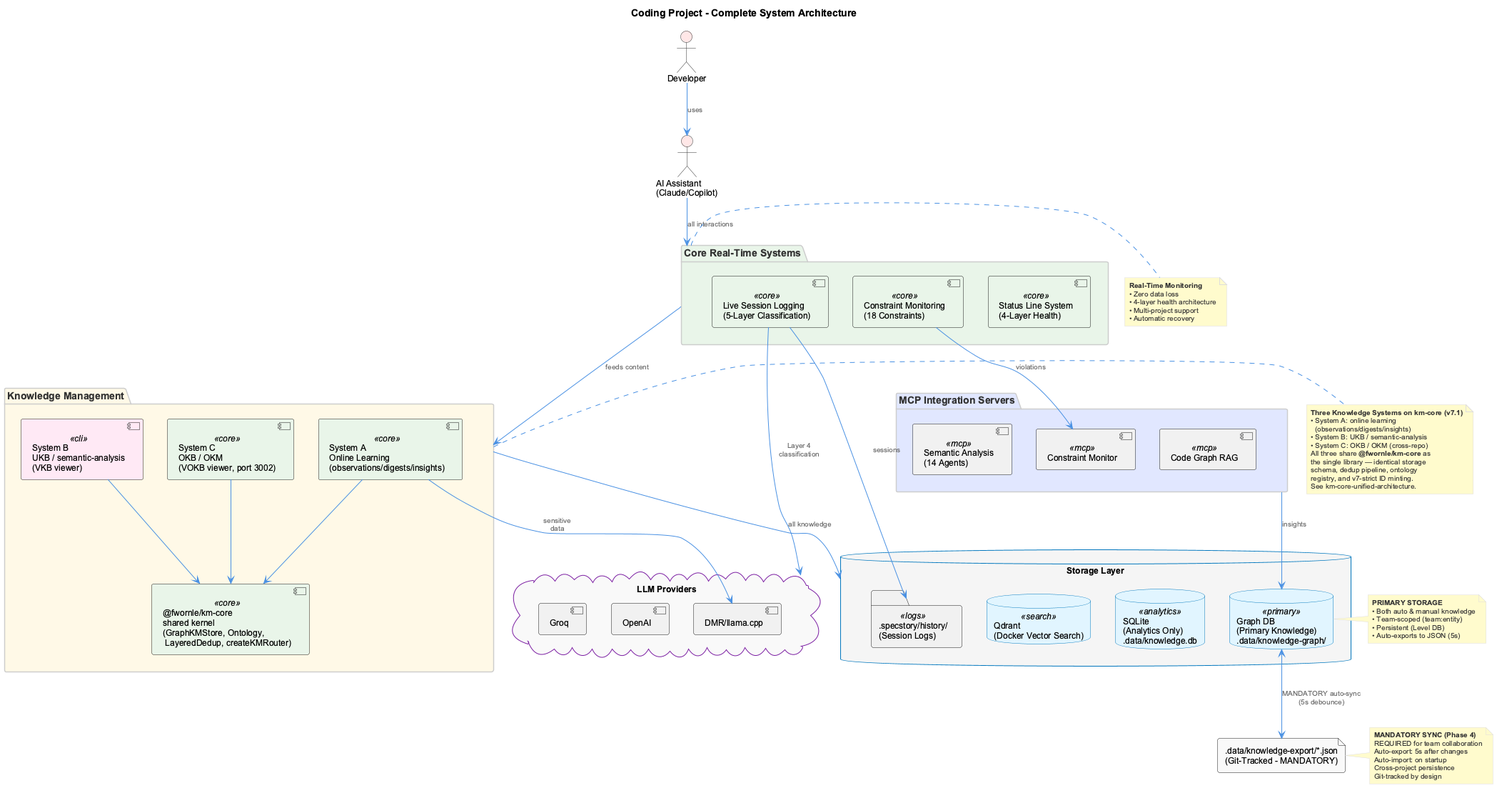
Above: docs-content/images/complete-system-overview.png in fwornle/coding (PlantUML), before the change.
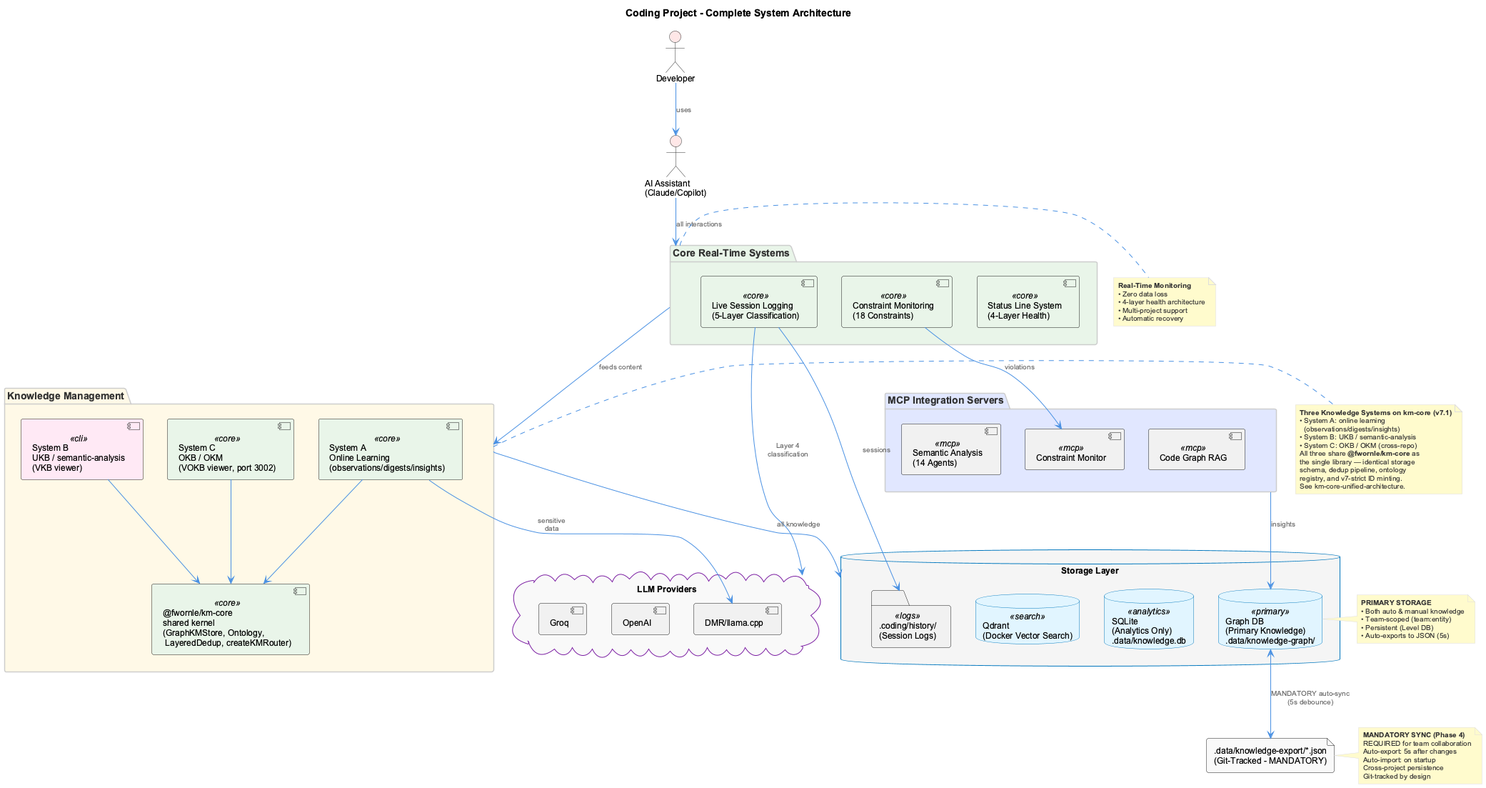
After the change.

What changed in the source:
```diff
@@ -52,7 +52,7 @@
   database "Graph DB\n(Primary Knowledge)\n.data/knowledge-graph/" as graphdb <<primary>>
   database "Qdrant\n(Docker Vector Search)" as qdrant <<search>>
   database "SQLite\n(Analytics Only)\n.data/knowledge.db" as sqlite <<analytics>>
-  folder ".specstory/history/\n(Session Logs)" as lsl_logs <<logs>>
+  folder ".coding/history/\n(Session Logs)" as lsl_logs <<logs>>
 }
 
 file ".data/knowledge-export/*.json\n(Git-Tracked - MANDATORY)" as json #F9F9F9
```
